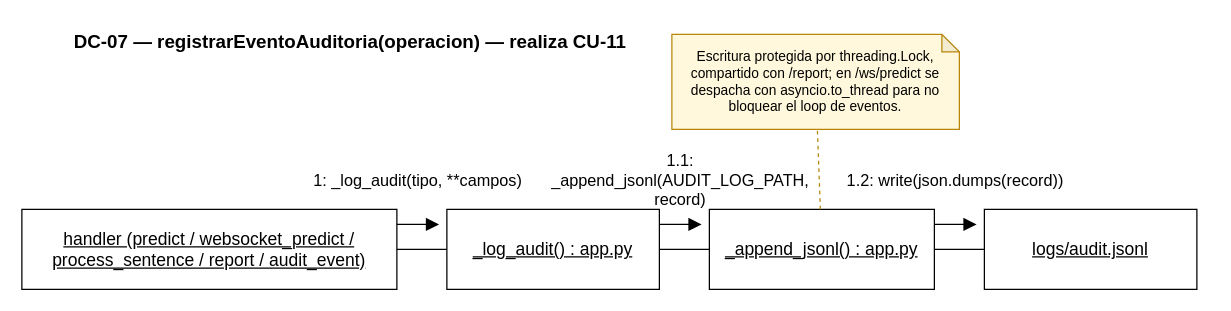
This is docs/diagramas/colaboracion/08_colaboracion_dc07.drawio from santinohamada/Nexora, a draw.io file, before an edit. Source tidied: cells renumbered, new cells numbered last; positions are measured from the earlier drawing's top-left corner, leaving out a move shared by most shapes. Both pictures are drawn from the tidied source at 125%, with x=0, y=0 at pixel (21, 21).
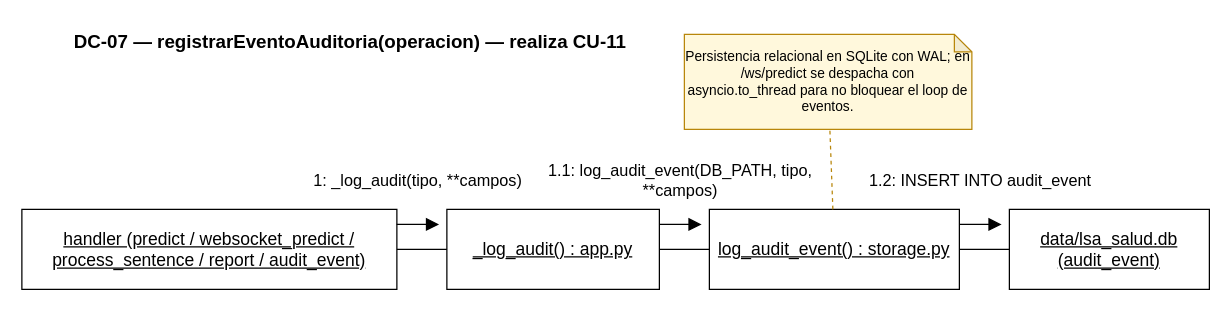
Above is the later version.

Change to the diagram source:
```diff
@@
-    <mxCell id="5" value="&lt;u&gt;_append_jsonl() : app.py&lt;/u&gt;" style="rounded=0;whiteSpace=wrap;html=1;fillColor=#ffffff;strokeColor=#000000;fontFamily=Helvetica;fontSize=14;align=center;verticalAlign=middle;" parent="1" vertex="1">
-      <mxGeometry x="550" y="150" width="180" height="64" as="geometry" />
+    <mxCell id="5" value="&lt;u&gt;log_audit_event() : storage.py&lt;/u&gt;" style="rounded=0;whiteSpace=wrap;html=1;fillColor=#ffffff;strokeColor=#000000;fontFamily=Helvetica;fontSize=14;align=center;verticalAlign=middle;" parent="1" vertex="1">
+      <mxGeometry x="550" y="150" width="200" height="64" as="geometry" />
     </mxCell>
-    <mxCell id="6" value="&lt;u&gt;logs/audit.jsonl&lt;/u&gt;" style="rounded=0;whiteSpace=wrap;html=1;fillColor=#ffffff;strokeColor=#000000;fontFamily=Helvetica;fontSize=14;align=center;verticalAlign=middle;" parent="1" vertex="1">
-      <mxGeometry x="770" y="150" width="170" height="64" as="geometry" />
+    <mxCell id="6" value="&lt;u&gt;data/lsa_salud.db (audit_event)&lt;/u&gt;" style="rounded=0;whiteSpace=wrap;html=1;fillColor=#ffffff;strokeColor=#000000;fontFamily=Helvetica;fontSize=14;align=center;verticalAlign=middle;" parent="1" vertex="1">
+      <mxGeometry x="790" y="150" width="160" height="64" as="geometry" />
     </mxCell>
@@
-    <mxCell id="12" value="1.1: _append_jsonl(AUDIT_LOG_PATH, record)" style="text;html=1;align=center;verticalAlign=middle;fontFamily=Helvetica;fontSize=13;whiteSpace=wrap;" parent="1" vertex="1">
+    <mxCell id="12" value="1.1: log_audit_event(DB_PATH, tipo, **campos)" style="text;html=1;align=center;verticalAlign=middle;fontFamily=Helvetica;fontSize=13;whiteSpace=wrap;" parent="1" vertex="1">
       <mxGeometry x="416.8" y="106" width="220" height="42" as="geometry" />
     </mxCell>
     <mxCell id="13" style="endArrow=none;startArrow=none;html=1;strokeColor=#000000;strokeWidth=1;rounded=0;" parent="1" edge="1">
       <mxGeometry relative="1" as="geometry">
-        <mxPoint x="730" y="182" as="sourcePoint" />
-        <mxPoint x="770" y="182" as="targetPoint" />
+        <mxPoint x="750" y="182" as="sourcePoint" />
+        <mxPoint x="790" y="182" as="targetPoint" />
       </mxGeometry>
     </mxCell>
     <mxCell id="14" style="endArrow=block;startArrow=none;endFill=1;endSize=8;html=1;strokeColor=#000000;strokeWidth=1;rounded=0;" parent="1" edge="1">
       <mxGeometry relative="1" as="geometry">
-        <mxPoint x="729.8" y="162" as="sourcePoint" />
-        <mxPoint x="763.8" y="162" as="targetPoint" />
+        <mxPoint x="749.8" y="162" as="sourcePoint" />
+        <mxPoint x="783.8" y="162" as="targetPoint" />
       </mxGeometry>
     </mxCell>
-    <mxCell id="15" value="1.2: write(json.dumps(record))" style="text;html=1;align=center;verticalAlign=middle;fontFamily=Helvetica;fontSize=13;whiteSpace=wrap;" parent="1" vertex="1">
-      <mxGeometry x="636.8" y="106" width="220" height="42" as="geometry" />
+    <mxCell id="15" value="1.2: INSERT INTO audit_event" style="text;html=1;align=center;verticalAlign=middle;fontFamily=Helvetica;fontSize=13;whiteSpace=wrap;" parent="1" vertex="1">
+      <mxGeometry x="656.8" y="106" width="220" height="42" as="geometry" />
     </mxCell>
-    <mxCell id="16" value="Escritura protegida por threading.Lock, compartido con /report; en /ws/predict se despacha con asyncio.to_thread para no bloquear el loop de eventos." style="shape=note;whiteSpace=wrap;html=1;backgroundOutline=1;darkOpacity=0.05;align=center;verticalAlign=middle;fontFamily=Helvetica;fontSize=11;fillColor=#FFF8DC;strokeColor=#B8860B;size=14;" parent="1" vertex="1">
-      <mxGeometry x="520" y="10" width="230" height="76" as="geometry" />
+    <mxCell id="16" value="Persistencia relacional en SQLite con WAL; en /ws/predict se despacha con asyncio.to_thread para no bloquear el loop de eventos." style="shape=note;whiteSpace=wrap;html=1;backgroundOutline=1;darkOpacity=0.05;align=center;verticalAlign=middle;fontFamily=Helvetica;fontSize=11;fillColor=#FFF8DC;strokeColor=#B8860B;size=14;" parent="1" vertex="1">
+      <mxGeometry x="530" y="10" width="230" height="76" as="geometry" />
     </mxCell>
     <mxCell id="17" style="endArrow=none;startArrow=none;dashed=1;html=1;strokeColor=#B8860B;" parent="1" edge="1">
       <mxGeometry relative="1" as="geometry">
-        <mxPoint x="638.8" y="150" as="sourcePoint" />
-        <mxPoint x="636.4" y="86" as="targetPoint" />
+        <mxPoint x="648.8" y="150" as="sourcePoint" />
+        <mxPoint x="646.4" y="86" as="targetPoint" />
       </mxGeometry>
     </mxCell>
```
